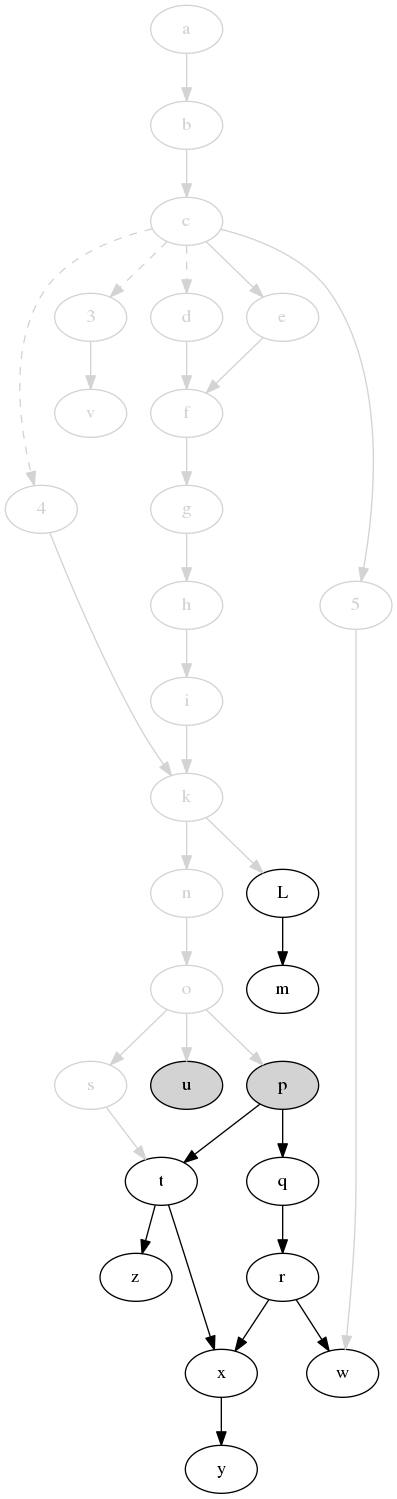
This is svm-startup-deps.png from jdmpapin/svm-startup-deps, a Graphviz export, as it was before one commit. Its source is kept beside it as svm-startup-deps.dot.
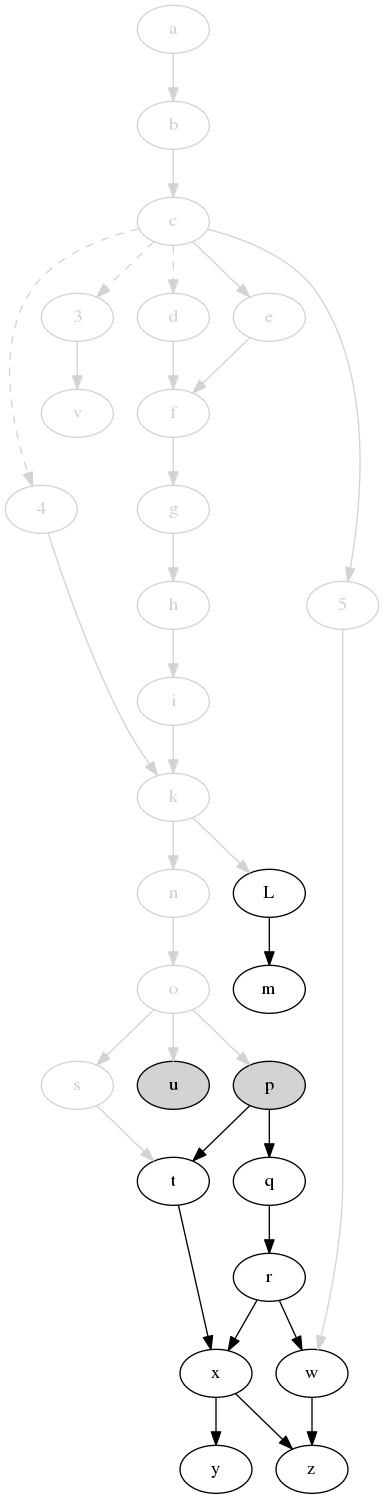
After the change.

Change to the diagram source:
```diff
@@ -60,5 +60,6 @@
     t -> x;
     r -> x;
     x -> y;
-    t -> z;
+    x -> z;
+    w -> z;
 }
```
